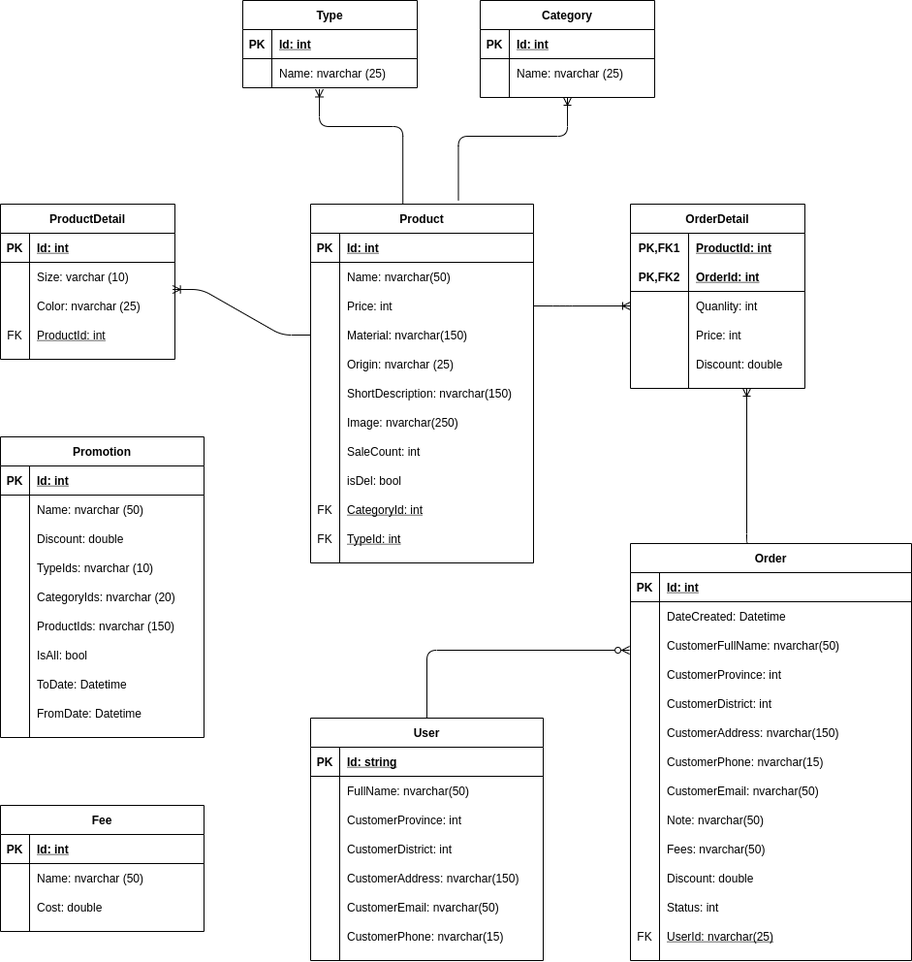
The draw.io diagram docs/fashion_ns_ecom_db.png in vtoan/fashion-ecom-ns, before a commit. Source tidied: cells renumbered, new cells last; positions are measured from the earlier drawing's top-left corner, leaving out a move shared by most shapes.
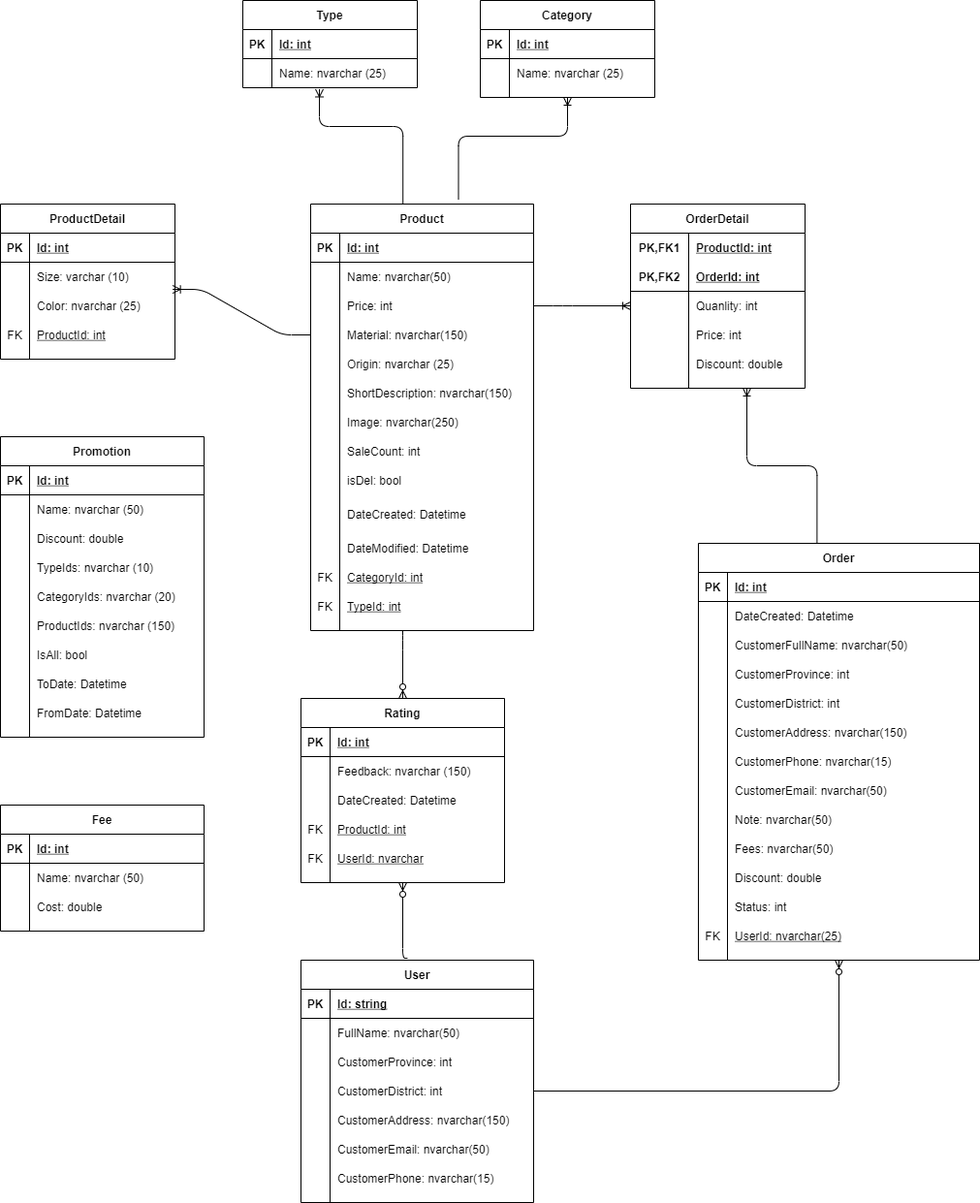
After the commit.

Diff of the diagram source:
```diff
@@ -84,7 +84,7 @@
       <mxGeometry x="30" width="150" height="30" as="geometry" />
     </mxCell>
     <mxCell id="29" value="Product" style="shape=table;startSize=30;rowLines=0;fontStyle=1;align=center;" parent="1" vertex="1">
-      <mxGeometry x="320" y="210" width="230" height="370" as="geometry" />
+      <mxGeometry x="320" y="210" width="230" height="440" as="geometry" />
     </mxCell>
     <mxCell id="30" style="shape=partialRectangle;fillColor=none;top=0;left=0;bottom=1;right=0;" parent="29" vertex="1">
       <mxGeometry y="30" width="230" height="30" as="geometry" />
@@ -167,8 +167,26 @@
     <mxCell id="56" value="isDel: bool" style="shape=partialRectangle;fillColor=none;top=0;left=0;bottom=0;right=0;align=left;spacingLeft=6;overflow=hidden;" parent="54" vertex="1">
       <mxGeometry x="30" width="200" height="30" as="geometry" />
     </mxCell>
+    <mxCell id="185" style="shape=partialRectangle;fillColor=none;top=0;left=0;bottom=0;right=0;" parent="29" vertex="1">
+      <mxGeometry y="300" width="230" height="40" as="geometry" />
+    </mxCell>
+    <mxCell id="186" style="shape=partialRectangle;fillColor=none;top=0;left=0;bottom=0;right=0;overflow=hidden;" parent="185" vertex="1">
+      <mxGeometry width="30" height="40" as="geometry" />
+    </mxCell>
+    <mxCell id="187" value="DateCreated: Datetime" style="shape=partialRectangle;fillColor=none;top=0;left=0;bottom=0;right=0;align=left;spacingLeft=6;overflow=hidden;" parent="185" vertex="1">
+      <mxGeometry x="30" width="200" height="40" as="geometry" />
+    </mxCell>
+    <mxCell id="188" style="shape=partialRectangle;fillColor=none;top=0;left=0;bottom=0;right=0;" parent="29" vertex="1">
+      <mxGeometry y="340" width="230" height="30" as="geometry" />
+    </mxCell>
+    <mxCell id="189" style="shape=partialRectangle;fillColor=none;top=0;left=0;bottom=0;right=0;overflow=hidden;" parent="188" vertex="1">
+      <mxGeometry width="30" height="30" as="geometry" />
+    </mxCell>
+    <mxCell id="190" value="DateModified: Datetime" style="shape=partialRectangle;fillColor=none;top=0;left=0;bottom=0;right=0;align=left;spacingLeft=6;overflow=hidden;" parent="188" vertex="1">
+      <mxGeometry x="30" width="200" height="30" as="geometry" />
+    </mxCell>
     <mxCell id="57" style="shape=partialRectangle;fillColor=none;top=0;left=0;bottom=0;right=0;" parent="29" vertex="1">
-      <mxGeometry y="300" width="230" height="30" as="geometry" />
+      <mxGeometry y="370" width="230" height="30" as="geometry" />
     </mxCell>
     <mxCell id="58" value="FK" style="shape=partialRectangle;fillColor=none;top=0;left=0;bottom=0;right=0;overflow=hidden;" parent="57" vertex="1">
       <mxGeometry width="30" height="30" as="geometry" />
@@ -177,7 +195,7 @@
       <mxGeometry x="30" width="200" height="30" as="geometry" />
     </mxCell>
     <mxCell id="60" style="shape=partialRectangle;fillColor=none;top=0;left=0;bottom=0;right=0;" parent="29" vertex="1">
-      <mxGeometry y="330" width="230" height="30" as="geometry" />
+      <mxGeometry y="400" width="230" height="30" as="geometry" />
     </mxCell>
     <mxCell id="61" value="FK" style="shape=partialRectangle;fillColor=none;top=0;left=0;bottom=0;right=0;overflow=hidden;" parent="60" vertex="1">
       <mxGeometry width="30" height="30" as="geometry" />
@@ -253,7 +271,7 @@
       <mxGeometry x="60" width="120" height="30" as="geometry" />
     </mxCell>
     <mxCell id="82" value="Order" style="shape=table;startSize=30;rowLines=0;fontStyle=1;align=center;" parent="1" vertex="1">
-      <mxGeometry x="650" y="560" width="290" height="430" as="geometry" />
+      <mxGeometry x="720" y="560" width="290" height="430" as="geometry" />
     </mxCell>
     <mxCell id="83" style="shape=partialRectangle;fillColor=none;top=0;left=0;bottom=1;right=0;" parent="82" vertex="1">
       <mxGeometry y="30" width="290" height="30" as="geometry" />
@@ -384,12 +402,13 @@
       <mxGeometry relative="1" as="geometry">
         <mxPoint x="770" y="400" as="targetPoint" />
         <Array as="points">
-          <mxPoint x="770" y="560" />
+          <mxPoint x="842" y="480" />
+          <mxPoint x="770" y="480" />
         </Array>
       </mxGeometry>
     </mxCell>
     <mxCell id="124" value="User" style="shape=table;startSize=30;rowLines=0;fontStyle=1;align=center;" parent="1" vertex="1">
-      <mxGeometry x="320" y="740" width="240" height="250" as="geometry" />
+      <mxGeometry x="310" y="990" width="240" height="250" as="geometry" />
     </mxCell>
     <mxCell id="125" style="shape=partialRectangle;fillColor=none;top=0;left=0;bottom=1;right=0;" parent="124" vertex="1">
       <mxGeometry y="30" width="240" height="30" as="geometry" />
@@ -454,12 +473,10 @@
     <mxCell id="145" value="CustomerPhone: nvarchar(15)" style="shape=partialRectangle;fillColor=none;top=0;left=0;bottom=0;right=0;align=left;spacingLeft=6;overflow=hidden;" parent="143" vertex="1">
       <mxGeometry x="30" width="210" height="30" as="geometry" />
     </mxCell>
-    <mxCell id="146" style="edgeStyle=orthogonalEdgeStyle;fontSize=12;html=1;endArrow=ERzeroToMany;endFill=1;exitX=0.5;exitY=0;exitDx=0;exitDy=0;" parent="1" edge="1" source="124">
+    <mxCell id="146" style="edgeStyle=orthogonalEdgeStyle;fontSize=12;html=1;endArrow=ERzeroToMany;endFill=1;exitX=1;exitY=0.5;exitDx=0;exitDy=0;entryX=0.5;entryY=1;entryDx=0;entryDy=0;" parent="1" edge="1" source="134" target="82">
       <mxGeometry relative="1" as="geometry">
-        <mxPoint x="649" y="670" as="targetPoint" />
         <Array as="points">
-          <mxPoint x="440" y="670" />
-          <mxPoint x="649" y="670" />
+          <mxPoint x="865" y="1125" />
         </Array>
       </mxGeometry>
     </mxCell>
@@ -577,5 +594,69 @@
     <mxCell id="184" value="Cost: double" style="shape=partialRectangle;fillColor=none;top=0;left=0;bottom=0;right=0;align=left;spacingLeft=6;overflow=hidden;" parent="182" vertex="1">
       <mxGeometry x="30" width="180" height="30" as="geometry" />
     </mxCell>
+    <mxCell id="191" value="Rating" style="shape=table;startSize=30;rowLines=0;fontStyle=1;align=center;" parent="1" vertex="1">
+      <mxGeometry x="310" y="720" width="210" height="190" as="geometry" />
+    </mxCell>
+    <mxCell id="192" style="shape=partialRectangle;fillColor=none;top=0;left=0;bottom=1;right=0;" parent="191" vertex="1">
+      <mxGeometry y="30" width="210" height="30" as="geometry" />
+    </mxCell>
+    <mxCell id="193" value="PK" style="shape=partialRectangle;fillColor=none;top=0;left=0;bottom=0;right=0;fontStyle=1;overflow=hidden;" parent="192" vertex="1">
+      <mxGeometry width="30" height="30" as="geometry" />
+    </mxCell>
+    <mxCell id="194" value="Id: int" style="shape=partialRectangle;fillColor=none;top=0;left=0;bottom=0;right=0;align=left;spacingLeft=6;fontStyle=5;overflow=hidden;" parent="192" vertex="1">
+      <mxGeometry x="30" width="180" height="30" as="geometry" />
+    </mxCell>
+    <mxCell id="195" style="shape=partialRectangle;fillColor=none;top=0;left=0;bottom=0;right=0;" parent="191" vertex="1">
+      <mxGeometry y="60" width="210" height="30" as="geometry" />
+    </mxCell>
+    <mxCell id="196" style="shape=partialRectangle;fillColor=none;top=0;left=0;bottom=0;right=0;overflow=hidden;" parent="195" vertex="1">
+      <mxGeometry width="30" height="30" as="geometry" />
+    </mxCell>
+    <mxCell id="197" value="Feedback: nvarchar (150)" style="shape=partialRectangle;fillColor=none;top=0;left=0;bottom=0;right=0;align=left;spacingLeft=6;overflow=hidden;" parent="195" vertex="1">
+      <mxGeometry x="30" width="180" height="30" as="geometry" />
+    </mxCell>
+    <mxCell id="198" style="shape=partialRectangle;fillColor=none;top=0;left=0;bottom=0;right=0;" parent="191" vertex="1">
+      <mxGeometry y="90" width="210" height="30" as="geometry" />
+    </mxCell>
+    <mxCell id="199" style="shape=partialRectangle;fillColor=none;top=0;left=0;bottom=0;right=0;overflow=hidden;" parent="198" vertex="1">
+      <mxGeometry width="30" height="30" as="geometry" />
+    </mxCell>
+    <mxCell id="200" value="DateCreated: Datetime" style="shape=partialRectangle;fillColor=none;top=0;left=0;bottom=0;right=0;align=left;spacingLeft=6;overflow=hidden;" parent="198" vertex="1">
+      <mxGeometry x="30" width="180" height="30" as="geometry" />
+    </mxCell>
+    <mxCell id="201" style="shape=partialRectangle;fillColor=none;top=0;left=0;bottom=0;right=0;" parent="191" vertex="1">
+      <mxGeometry y="120" width="210" height="30" as="geometry" />
+    </mxCell>
+    <mxCell id="202" value="FK" style="shape=partialRectangle;fillColor=none;top=0;left=0;bottom=0;right=0;overflow=hidden;" parent="201" vertex="1">
+      <mxGeometry width="30" height="30" as="geometry" />
+    </mxCell>
+    <mxCell id="203" value="ProductId: int" style="shape=partialRectangle;fillColor=none;top=0;left=0;bottom=0;right=0;align=left;spacingLeft=6;overflow=hidden;fontStyle=4;" parent="201" vertex="1">
+      <mxGeometry x="30" width="180" height="30" as="geometry" />
+    </mxCell>
+    <mxCell id="204" style="shape=partialRectangle;fillColor=none;top=0;left=0;bottom=0;right=0;" parent="191" vertex="1">
+      <mxGeometry y="150" width="210" height="30" as="geometry" />
+    </mxCell>
+    <mxCell id="205" value="FK" style="shape=partialRectangle;fillColor=none;top=0;left=0;bottom=0;right=0;overflow=hidden;" parent="204" vertex="1">
+      <mxGeometry width="30" height="30" as="geometry" />
+    </mxCell>
+    <mxCell id="206" value="UserId: nvarchar" style="shape=partialRectangle;fillColor=none;top=0;left=0;bottom=0;right=0;align=left;spacingLeft=6;overflow=hidden;fontStyle=4;" parent="204" vertex="1">
+      <mxGeometry x="30" width="180" height="30" as="geometry" />
+    </mxCell>
+    <mxCell id="207" style="edgeStyle=orthogonalEdgeStyle;fontSize=12;html=1;endArrow=ERzeroToMany;endFill=1;exitX=0.458;exitY=-0.008;exitDx=0;exitDy=0;entryX=0.5;entryY=1;entryDx=0;entryDy=0;exitPerimeter=0;" parent="1" edge="1" source="124" target="191">
+      <mxGeometry relative="1" as="geometry">
+        <Array as="points">
+          <mxPoint x="415" y="988" />
+        </Array>
+      </mxGeometry>
+    </mxCell>
+    <mxCell id="208" style="edgeStyle=orthogonalEdgeStyle;fontSize=12;html=1;endArrow=ERzeroToMany;endFill=1;entryX=0.5;entryY=0;entryDx=0;entryDy=0;" parent="1" edge="1" target="191">
+      <mxGeometry relative="1" as="geometry">
+        <mxPoint x="415" y="650" as="sourcePoint" />
+        <Array as="points">
+          <mxPoint x="415" y="660" />
+          <mxPoint x="415" y="660" />
+        </Array>
+      </mxGeometry>
+    </mxCell>
   </root>
 </mxGraphModel>
```
